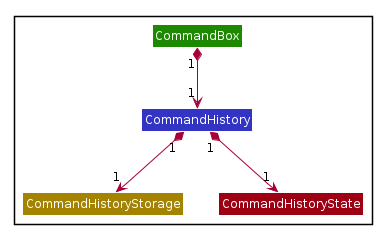
Before: docs/images/CommandHistoryClassDiagram.png, a diagram exported from PlantUML (nus-cs2103-AY1920S2/addressbook-level3).
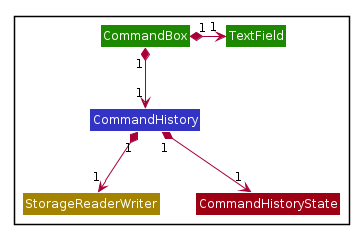
The same diagram one commit later.

Commit message:
Update UML diagrams for command history

The edit, as a diff of the source:
```diff
@@ -50,13 +50,15 @@
 
 Package {
     Class CommandBox #1D8900
+    Class TextField #1D8900
     Class CommandHistory #3333C4
-    Class CommandHistoryStorage #A38300
+    Class StorageReaderWriter #A38300
     Class CommandHistoryState #9D0012
 }
 
 CommandBox "1" *--> "1" CommandHistory
-CommandHistory "1" *--> "1" CommandHistoryStorage
+CommandBox "1" *-right> "1" TextField
+CommandHistory "1" *--> "1" StorageReaderWriter
 CommandHistory "1" *--> "1" CommandHistoryState
 
 @enduml
```
